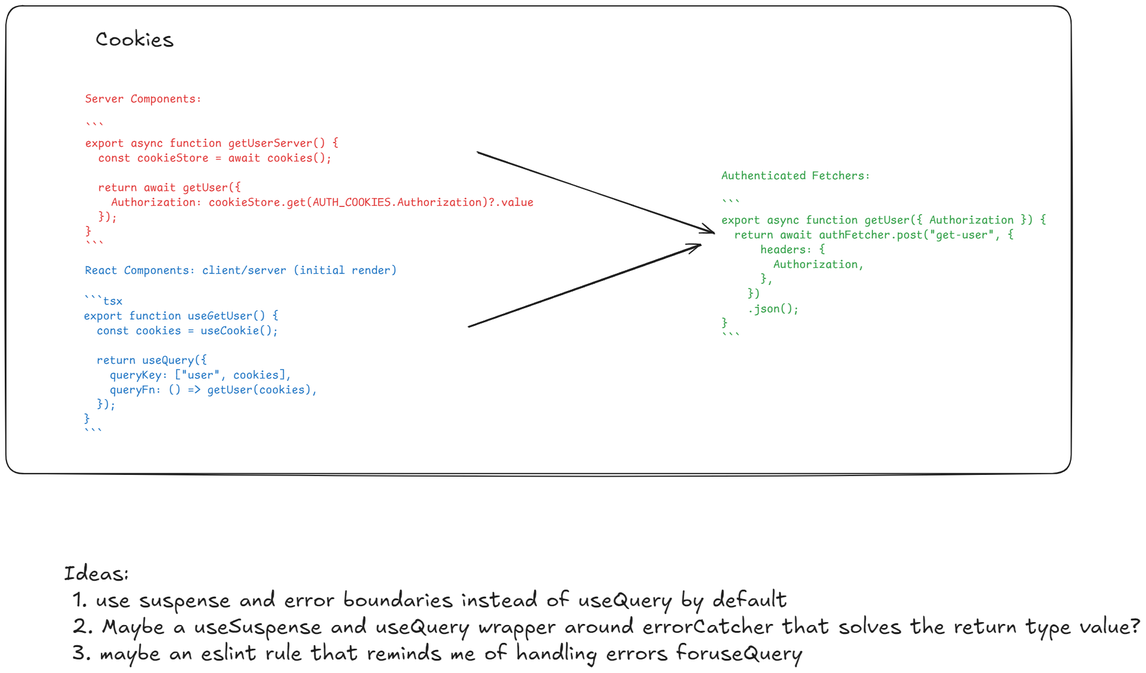
The Excalidraw diagram docs/CRUD.excalidraw.png in MhL5/Portfolio, before a commit. Source tidied: one line per element, renumbered; positions are measured from the earlier drawing's top-left corner, leaving out a move shared by most shapes.
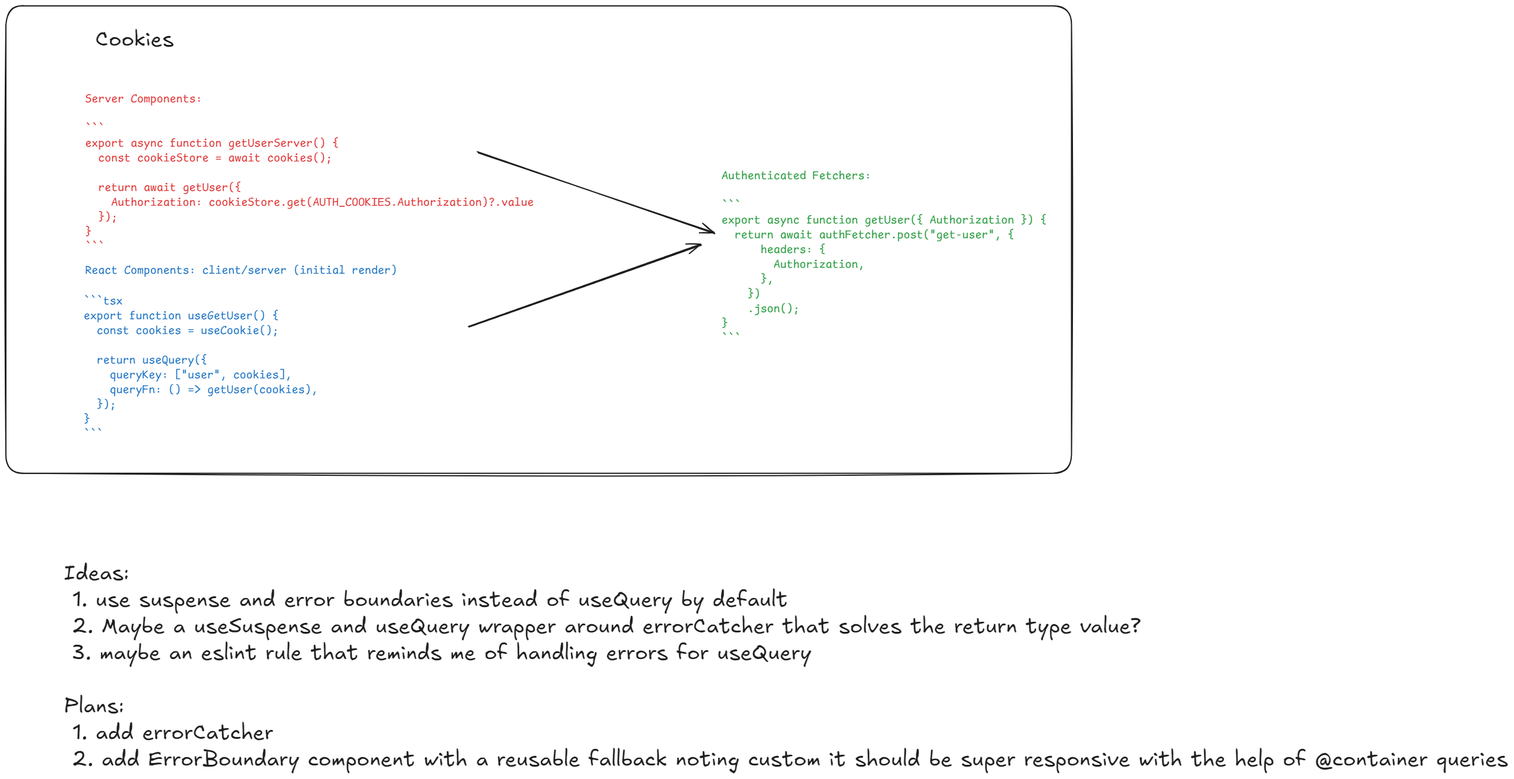
Later version of the same file.

Commit message:
Update component names to use consistent capitalization: Change "colors" to "Colors" in registry.json, Colors.mdx, and colors.json. Remove obsolete drawer-dialog.json file.

What changed in the source:
```diff
@@ -6,4 +6,4 @@
 {"id": 5, "type": "arrow", "strokeColor": "#1e1e1e", "strokeWidth": 2, "roughness": 1, "endArrowhead": "arrow", "round": true, "x": 783, "y": 543, "width": 394, "height": 139, "points": [[0, 0], [394, -139]]}
 {"id": 6, "type": "rectangle", "strokeColor": "#1e1e1e", "strokeWidth": 2, "roughness": 1, "round": true, "x": 0, "y": 0, "width": 1802, "height": 791}
 {"id": 7, "type": "text", "text": "Cookies", "strokeColor": "#1e1e1e", "strokeWidth": 2, "roughness": 1, "fontSize": 36, "fontFamily": 5, "x": 151, "y": 35, "width": 293, "height": 45}
-{"id": 8, "type": "text", "text": "Ideas: \n 1. use suspense and error boundaries instead of useQuery by default\n 2. Maybe a useSuspense and useQuery wrapper around errorCatcher that solves the return type value?\n 3. maybe an eslint rule that reminds me of handling errors foruseQuery", "strokeColor": "#1e1e1e", "strokeWidth": 2, "roughness": 1, "fontSize": 36, "fontFamily": 5, "x": 98, "y": 938, "width": 1822, "height": 180}
+{"id": 8, "type": "text", "text": "Ideas: \n 1. use suspense and error boundaries instead of useQuery by default\n 2. Maybe a useSuspense and useQuery wrapper around errorCatcher that solves the return type value?\n 3. maybe an eslint rule that reminds me of handling errors for useQuery\n\nPlans:\n 1. add errorCatcher\n 2. add ErrorBoundary component with a reusable fallback noting custom it should be super responsive with the help of @container queries", "strokeColor": "#1e1e1e", "strokeWidth": 2, "roughness": 1, "fontSize": 36, "fontFamily": 5, "x": 98, "y": 938, "width": 2443, "height": 360}
```
